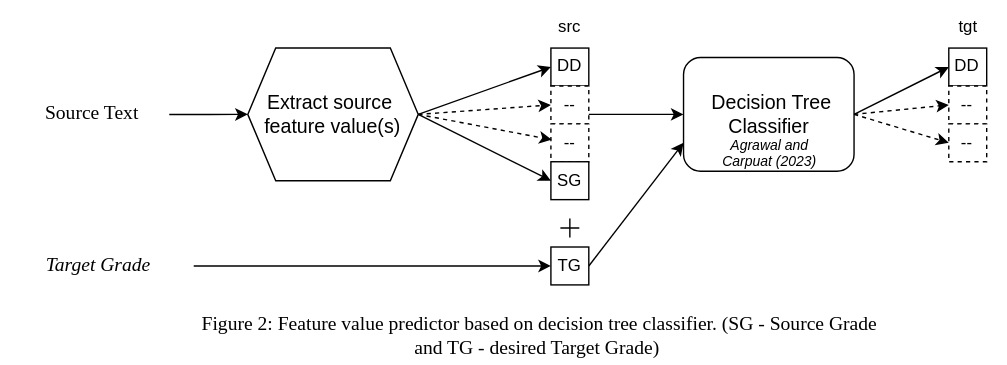
The draw.io diagram static/images/ctgthroughiclwithfeedbacks/fvp.svg in coli-saar/coli-saar.github.io, before a commit. Source tidied: cells renumbered, new cells last; positions are measured from the earlier drawing's top-left corner, leaving out a move shared by most shapes. Source of this version:
```xml
<mxGraphModel>
  <root>
    <mxCell id="0" />
    <mxCell id="1" parent="0" />
    <mxCell id="2" style="group;" parent="1" vertex="1">
      <mxGeometry width="718.1" height="210" as="geometry" />
    </mxCell>
    <mxCell id="3" style="edgeStyle=orthogonalEdgeStyle;rounded=0;jettySize=auto;html=1;entryX=0;entryY=0.5;entryDx=0;entryDy=0;" parent="2" edge="1" source="4" target="6">
      <mxGeometry relative="1" as="geometry" />
    </mxCell>
    <mxCell id="4" value="&lt;span style=&quot;font-family: Verdana;&quot;&gt;&lt;font style=&quot;font-size: 14px;&quot;&gt;Source Text&lt;/font&gt;&lt;/span&gt;" style="text;html=1;align=center;verticalAlign=middle;whiteSpace=wrap;rounded=0;" parent="2" vertex="1">
      <mxGeometry x="10" y="61" width="110" height="40.6" as="geometry" />
    </mxCell>
    <mxCell id="5" value="&lt;font style=&quot;font-size: 14px;&quot;&gt;&amp;nbsp;Decision Tree Classifier&lt;/font&gt;" style="rounded=1;whiteSpace=wrap;html=1;" parent="2" vertex="1">
      <mxGeometry x="487.7" y="40.6" width="121.9" height="81.3" as="geometry" />
    </mxCell>
    <mxCell id="6" value="&lt;font style=&quot;font-size: 14px;&quot;&gt;Extract source&amp;nbsp;&lt;/font&gt;&lt;div style=&quot;font-size: 14px;&quot;&gt;&lt;font style=&quot;font-size: 14px;&quot;&gt;feature value(s)&lt;/font&gt;&lt;/div&gt;" style="shape=hexagon;perimeter=hexagonPerimeter2;whiteSpace=wrap;html=1;fixedSize=1;" parent="2" vertex="1">
      <mxGeometry x="176.1" y="33.9" width="121.9" height="94.8" as="geometry" />
    </mxCell>
    <mxCell id="7" style="group;dashed=1;" parent="2" vertex="1">
      <mxGeometry x="677.4" y="33.9" width="27.1" height="108.4" as="geometry" />
    </mxCell>
    <mxCell id="8" value="DD" style="rounded=0;whiteSpace=wrap;html=1;" parent="7" vertex="1">
      <mxGeometry width="27.1" height="27.1" as="geometry" />
    </mxCell>
    <mxCell id="9" value="--" style="rounded=0;whiteSpace=wrap;html=1;dashed=1;" parent="7" vertex="1">
      <mxGeometry y="27.1" width="27.1" height="27.1" as="geometry" />
    </mxCell>
    <mxCell id="10" value="--" style="rounded=0;whiteSpace=wrap;html=1;dashed=1;" parent="7" vertex="1">
      <mxGeometry y="54.2" width="27.1" height="27.1" as="geometry" />
    </mxCell>
    <mxCell id="11" value="&lt;div style=&quot;font-size: 10px;&quot;&gt;&lt;font style=&quot;font-size: 10px;&quot;&gt;&lt;i style=&quot;&quot;&gt;Agrawal and&lt;/i&gt;&lt;/font&gt;&lt;/div&gt;&lt;div style=&quot;font-size: 10px;&quot;&gt;&lt;font style=&quot;font-size: 10px;&quot;&gt;&lt;i style=&quot;&quot;&gt;Carpuat (2023)&lt;/i&gt;&lt;/font&gt;&lt;/div&gt;" style="text;html=1;align=center;verticalAlign=middle;strokeColor=none;fillColor=none;" parent="2" vertex="1">
      <mxGeometry x="503.7" y="88.7" width="90" height="40" as="geometry" />
    </mxCell>
    <mxCell id="12" style="group;" parent="2" vertex="1">
      <mxGeometry x="392.9" y="33.9" width="27.1" height="108.4" as="geometry" />
    </mxCell>
    <mxCell id="13" value="&lt;font style=&quot;font-size: 12px;&quot;&gt;DD&lt;/font&gt;" style="rounded=0;whiteSpace=wrap;html=1;" parent="12" vertex="1">
      <mxGeometry width="27.1" height="27.1" as="geometry" />
    </mxCell>
    <mxCell id="14" value="--" style="rounded=0;whiteSpace=wrap;html=1;dashed=1;" parent="12" vertex="1">
      <mxGeometry y="27.1" width="27.1" height="27.1" as="geometry" />
    </mxCell>
    <mxCell id="15" value="--" style="rounded=0;whiteSpace=wrap;html=1;dashed=1;" parent="12" vertex="1">
      <mxGeometry y="54.2" width="27.1" height="27.1" as="geometry" />
    </mxCell>
    <mxCell id="16" value="SG" style="rounded=0;whiteSpace=wrap;html=1;" parent="12" vertex="1">
      <mxGeometry y="81.3" width="27.1" height="27.1" as="geometry" />
    </mxCell>
    <mxCell id="17" value="&lt;span style=&quot;text-wrap: wrap;&quot;&gt;src&lt;/span&gt;" style="text;html=1;align=center;verticalAlign=middle;strokeColor=none;fillColor=none;" parent="2" vertex="1">
      <mxGeometry x="386.4" y="3.9" width="40" height="30" as="geometry" />
    </mxCell>
    <mxCell id="18" style="edgeStyle=orthogonalEdgeStyle;rounded=0;jettySize=auto;html=1;entryX=0;entryY=0.5;entryDx=0;entryDy=0;exitX=1;exitY=0.75;exitDx=0;exitDy=0;" parent="2" edge="1" source="14" target="5">
      <mxGeometry relative="1" as="geometry" />
    </mxCell>
    <mxCell id="19" style="endArrow=classic;html=1;rounded=0;exitX=1;exitY=0.5;exitDx=0;exitDy=0;entryX=0;entryY=0.5;entryDx=0;entryDy=0;" parent="2" edge="1" source="6" target="13">
      <mxGeometry relative="1" as="geometry" />
    </mxCell>
    <mxCell id="20" style="endArrow=classic;html=1;rounded=0;exitX=1;exitY=0.5;exitDx=0;exitDy=0;entryX=0;entryY=0.5;entryDx=0;entryDy=0;dashed=1;" parent="2" edge="1" source="6" target="14">
      <mxGeometry relative="1" as="geometry" />
    </mxCell>
    <mxCell id="21" style="endArrow=classic;html=1;rounded=0;exitX=1;exitY=0.5;exitDx=0;exitDy=0;entryX=0.024;entryY=0.419;entryDx=0;entryDy=0;entryPerimeter=0;dashed=1;" parent="2" edge="1" source="6" target="15">
      <mxGeometry relative="1" as="geometry" />
    </mxCell>
    <mxCell id="22" style="endArrow=classic;html=1;rounded=0;exitX=1;exitY=0.5;exitDx=0;exitDy=0;" parent="2" edge="1" source="6">
      <mxGeometry relative="1" as="geometry">
        <mxPoint x="392.9" y="128.7" as="targetPoint" />
      </mxGeometry>
    </mxCell>
    <mxCell id="23" style="endArrow=classic;html=1;rounded=0;exitX=1;exitY=0.5;exitDx=0;exitDy=0;entryX=0;entryY=0.5;entryDx=0;entryDy=0;" parent="2" edge="1" source="5" target="8">
      <mxGeometry relative="1" as="geometry" />
    </mxCell>
    <mxCell id="24" style="endArrow=classic;html=1;rounded=0;entryX=0;entryY=0.5;entryDx=0;entryDy=0;exitX=1;exitY=0.5;exitDx=0;exitDy=0;dashed=1;" parent="2" edge="1" source="5" target="9">
      <mxGeometry relative="1" as="geometry" />
    </mxCell>
    <mxCell id="25" style="endArrow=classic;html=1;rounded=0;entryX=0;entryY=0.5;entryDx=0;entryDy=0;exitX=1;exitY=0.5;exitDx=0;exitDy=0;dashed=1;" parent="2" edge="1" source="5" target="10">
      <mxGeometry relative="1" as="geometry" />
    </mxCell>
    <mxCell id="26" style="shape=cross;whiteSpace=wrap;html=1;size=0;" parent="2" vertex="1">
      <mxGeometry x="399.7" y="155.8" width="13.5" height="13.5" as="geometry" />
    </mxCell>
    <mxCell id="27" style="edgeStyle=orthogonalEdgeStyle;rounded=0;jettySize=auto;html=1;" parent="2" edge="1" source="28">
      <mxGeometry relative="1" as="geometry">
        <mxPoint x="392.9" y="189.7" as="targetPoint" />
      </mxGeometry>
    </mxCell>
    <mxCell id="28" value="&lt;i style=&quot;font-family: Verdana; font-size: 14px;&quot;&gt;Target Grade&lt;/i&gt;" style="text;html=1;align=center;verticalAlign=middle;whiteSpace=wrap;rounded=0;" parent="2" vertex="1">
      <mxGeometry x="2" y="169.4" width="135.5" height="40.6" as="geometry" />
    </mxCell>
    <mxCell id="29" style="endArrow=classic;html=1;rounded=0;entryX=0;entryY=0.75;entryDx=0;entryDy=0;" parent="2" edge="1" target="5">
      <mxGeometry relative="1" as="geometry">
        <mxPoint x="420" y="189.7" as="sourcePoint" />
      </mxGeometry>
    </mxCell>
    <mxCell id="30" value="TG" style="rounded=0;whiteSpace=wrap;html=1;" parent="2" vertex="1">
      <mxGeometry x="392.9" y="176.1" width="27.1" height="27.1" as="geometry" />
    </mxCell>
    <mxCell id="31" value="&lt;span style=&quot;text-wrap: wrap;&quot;&gt;tgt&lt;/span&gt;" style="text;html=1;align=center;verticalAlign=middle;strokeColor=none;fillColor=none;" parent="2" vertex="1">
      <mxGeometry x="671" y="3.9" width="40" height="30" as="geometry" />
    </mxCell>
    <mxCell id="32" value="&lt;span style=&quot;font-family: Verdana;&quot;&gt;&lt;font style=&quot;font-size: 14px;&quot;&gt;Figure 2: Feature value predictor based on decision tree classifier. (SG - Source Grade and TG - desired Target Grade)&amp;nbsp;&lt;/font&gt;&lt;/span&gt;" style="text;html=1;align=center;verticalAlign=middle;whiteSpace=wrap;rounded=0;" parent="1" vertex="1">
      <mxGeometry x="140" y="220" width="490" height="40.6" as="geometry" />
    </mxCell>
  </root>
</mxGraphModel>
```
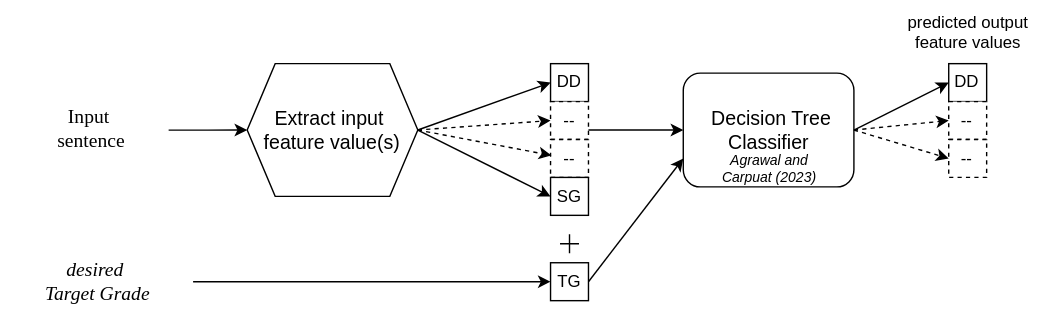
Later version of the same file.

Diff of the diagram source:
```diff
@@ -3,18 +3,18 @@
     <mxCell id="0" />
     <mxCell id="1" parent="0" />
     <mxCell id="2" style="group;" parent="1" vertex="1">
-      <mxGeometry width="718.1" height="210" as="geometry" />
+      <mxGeometry width="746" height="210" as="geometry" />
     </mxCell>
     <mxCell id="3" style="edgeStyle=orthogonalEdgeStyle;rounded=0;jettySize=auto;html=1;entryX=0;entryY=0.5;entryDx=0;entryDy=0;" parent="2" edge="1" source="4" target="6">
       <mxGeometry relative="1" as="geometry" />
     </mxCell>
-    <mxCell id="4" value="&lt;span style=&quot;font-family: Verdana;&quot;&gt;&lt;font style=&quot;font-size: 14px;&quot;&gt;Source Text&lt;/font&gt;&lt;/span&gt;" style="text;html=1;align=center;verticalAlign=middle;whiteSpace=wrap;rounded=0;" parent="2" vertex="1">
+    <mxCell id="4" value="&lt;span style=&quot;font-family: Verdana; font-size: 14px;&quot;&gt;Input&amp;nbsp;&lt;/span&gt;&lt;div&gt;&lt;span style=&quot;font-family: Verdana; font-size: 14px;&quot;&gt;sentence&lt;/span&gt;&lt;/div&gt;" style="text;html=1;align=center;verticalAlign=middle;whiteSpace=wrap;rounded=0;" parent="2" vertex="1">
       <mxGeometry x="10" y="61" width="110" height="40.6" as="geometry" />
     </mxCell>
     <mxCell id="5" value="&lt;font style=&quot;font-size: 14px;&quot;&gt;&amp;nbsp;Decision Tree Classifier&lt;/font&gt;" style="rounded=1;whiteSpace=wrap;html=1;" parent="2" vertex="1">
       <mxGeometry x="487.7" y="40.6" width="121.9" height="81.3" as="geometry" />
     </mxCell>
-    <mxCell id="6" value="&lt;font style=&quot;font-size: 14px;&quot;&gt;Extract source&amp;nbsp;&lt;/font&gt;&lt;div style=&quot;font-size: 14px;&quot;&gt;&lt;font style=&quot;font-size: 14px;&quot;&gt;feature value(s)&lt;/font&gt;&lt;/div&gt;" style="shape=hexagon;perimeter=hexagonPerimeter2;whiteSpace=wrap;html=1;fixedSize=1;" parent="2" vertex="1">
+    <mxCell id="6" value="&lt;font style=&quot;font-size: 14px;&quot;&gt;Extract input&amp;nbsp;&lt;/font&gt;&lt;div style=&quot;font-size: 14px;&quot;&gt;&lt;font style=&quot;font-size: 14px;&quot;&gt;feature value(s)&lt;/font&gt;&lt;/div&gt;" style="shape=hexagon;perimeter=hexagonPerimeter2;whiteSpace=wrap;html=1;fixedSize=1;" parent="2" vertex="1">
       <mxGeometry x="176.1" y="33.9" width="121.9" height="94.8" as="geometry" />
     </mxCell>
     <mxCell id="7" style="group;dashed=1;" parent="2" vertex="1">
@@ -47,59 +47,53 @@
     <mxCell id="16" value="SG" style="rounded=0;whiteSpace=wrap;html=1;" parent="12" vertex="1">
       <mxGeometry y="81.3" width="27.1" height="27.1" as="geometry" />
     </mxCell>
-    <mxCell id="17" value="&lt;span style=&quot;text-wrap: wrap;&quot;&gt;src&lt;/span&gt;" style="text;html=1;align=center;verticalAlign=middle;strokeColor=none;fillColor=none;" parent="2" vertex="1">
-      <mxGeometry x="386.4" y="3.9" width="40" height="30" as="geometry" />
+    <mxCell id="17" style="edgeStyle=orthogonalEdgeStyle;rounded=0;jettySize=auto;html=1;entryX=0;entryY=0.5;entryDx=0;entryDy=0;exitX=1;exitY=0.75;exitDx=0;exitDy=0;" parent="2" edge="1" source="14" target="5">
+      <mxGeometry relative="1" as="geometry" />
     </mxCell>
-    <mxCell id="18" style="edgeStyle=orthogonalEdgeStyle;rounded=0;jettySize=auto;html=1;entryX=0;entryY=0.5;entryDx=0;entryDy=0;exitX=1;exitY=0.75;exitDx=0;exitDy=0;" parent="2" edge="1" source="14" target="5">
+    <mxCell id="18" style="endArrow=classic;html=1;rounded=0;exitX=1;exitY=0.5;exitDx=0;exitDy=0;entryX=0;entryY=0.5;entryDx=0;entryDy=0;" parent="2" edge="1" source="6" target="13">
       <mxGeometry relative="1" as="geometry" />
     </mxCell>
-    <mxCell id="19" style="endArrow=classic;html=1;rounded=0;exitX=1;exitY=0.5;exitDx=0;exitDy=0;entryX=0;entryY=0.5;entryDx=0;entryDy=0;" parent="2" edge="1" source="6" target="13">
+    <mxCell id="19" style="endArrow=classic;html=1;rounded=0;exitX=1;exitY=0.5;exitDx=0;exitDy=0;entryX=0;entryY=0.5;entryDx=0;entryDy=0;dashed=1;" parent="2" edge="1" source="6" target="14">
       <mxGeometry relative="1" as="geometry" />
     </mxCell>
-    <mxCell id="20" style="endArrow=classic;html=1;rounded=0;exitX=1;exitY=0.5;exitDx=0;exitDy=0;entryX=0;entryY=0.5;entryDx=0;entryDy=0;dashed=1;" parent="2" edge="1" source="6" target="14">
+    <mxCell id="20" style="endArrow=classic;html=1;rounded=0;exitX=1;exitY=0.5;exitDx=0;exitDy=0;entryX=0.024;entryY=0.419;entryDx=0;entryDy=0;entryPerimeter=0;dashed=1;" parent="2" edge="1" source="6" target="15">
       <mxGeometry relative="1" as="geometry" />
     </mxCell>
-    <mxCell id="21" style="endArrow=classic;html=1;rounded=0;exitX=1;exitY=0.5;exitDx=0;exitDy=0;entryX=0.024;entryY=0.419;entryDx=0;entryDy=0;entryPerimeter=0;dashed=1;" parent="2" edge="1" source="6" target="15">
-      <mxGeometry relative="1" as="geometry" />
+    <mxCell id="21" style="endArrow=classic;html=1;rounded=0;exitX=1;exitY=0.5;exitDx=0;exitDy=0;" parent="2" edge="1" source="6">
+      <mxGeometry relative="1" as="geometry">
+        <mxPoint x="392.9" y="128.7" as="targetPoint" />
+      </mxGeometry>
     </mxCell>
-    <mxCell id="22" style="endArrow=classic;html=1;rounded=0;exitX=1;exitY=0.5;exitDx=0;exitDy=0;" parent="2" edge="1" source="6">
-      <mxGeometry relative="1" as="geometry">
-        <mxPoint x="392.9" y="128.7" as="targetPoint" />
-      </mxGeometry>
+    <mxCell id="22" style="endArrow=classic;html=1;rounded=0;exitX=1;exitY=0.5;exitDx=0;exitDy=0;entryX=0;entryY=0.5;entryDx=0;entryDy=0;" parent="2" edge="1" source="5" target="8">
+      <mxGeometry relative="1" as="geometry" />
     </mxCell>
-    <mxCell id="23" style="endArrow=classic;html=1;rounded=0;exitX=1;exitY=0.5;exitDx=0;exitDy=0;entryX=0;entryY=0.5;entryDx=0;entryDy=0;" parent="2" edge="1" source="5" target="8">
+    <mxCell id="23" style="endArrow=classic;html=1;rounded=0;entryX=0;entryY=0.5;entryDx=0;entryDy=0;exitX=1;exitY=0.5;exitDx=0;exitDy=0;dashed=1;" parent="2" edge="1" source="5" target="9">
       <mxGeometry relative="1" as="geometry" />
     </mxCell>
-    <mxCell id="24" style="endArrow=classic;html=1;rounded=0;entryX=0;entryY=0.5;entryDx=0;entryDy=0;exitX=1;exitY=0.5;exitDx=0;exitDy=0;dashed=1;" parent="2" edge="1" source="5" target="9">
+    <mxCell id="24" style="endArrow=classic;html=1;rounded=0;entryX=0;entryY=0.5;entryDx=0;entryDy=0;exitX=1;exitY=0.5;exitDx=0;exitDy=0;dashed=1;" parent="2" edge="1" source="5" target="10">
       <mxGeometry relative="1" as="geometry" />
     </mxCell>
-    <mxCell id="25" style="endArrow=classic;html=1;rounded=0;entryX=0;entryY=0.5;entryDx=0;entryDy=0;exitX=1;exitY=0.5;exitDx=0;exitDy=0;dashed=1;" parent="2" edge="1" source="5" target="10">
-      <mxGeometry relative="1" as="geometry" />
+    <mxCell id="25" style="shape=cross;whiteSpace=wrap;html=1;size=0;" parent="2" vertex="1">
+      <mxGeometry x="399.7" y="155.8" width="13.5" height="13.5" as="geometry" />
     </mxCell>
-    <mxCell id="26" style="shape=cross;whiteSpace=wrap;html=1;size=0;" parent="2" vertex="1">
-      <mxGeometry x="399.7" y="155.8" width="13.5" height="13.5" as="geometry" />
+    <mxCell id="26" style="edgeStyle=orthogonalEdgeStyle;rounded=0;jettySize=auto;html=1;" parent="2" edge="1" source="27">
+      <mxGeometry relative="1" as="geometry">
+        <mxPoint x="392.9" y="189.7" as="targetPoint" />
+      </mxGeometry>
     </mxCell>
-    <mxCell id="27" style="edgeStyle=orthogonalEdgeStyle;rounded=0;jettySize=auto;html=1;" parent="2" edge="1" source="28">
-      <mxGeometry relative="1" as="geometry">
-        <mxPoint x="392.9" y="189.7" as="targetPoint" />
-      </mxGeometry>
+    <mxCell id="27" value="&lt;i style=&quot;font-family: Verdana; font-size: 14px;&quot;&gt;desired&amp;nbsp;&lt;/i&gt;&lt;div&gt;&lt;i style=&quot;font-family: Verdana; font-size: 14px;&quot;&gt;Target Grade&lt;/i&gt;&lt;/div&gt;" style="text;html=1;align=center;verticalAlign=middle;whiteSpace=wrap;rounded=0;" parent="2" vertex="1">
+      <mxGeometry x="2" y="169.4" width="135.5" height="40.6" as="geometry" />
     </mxCell>
-    <mxCell id="28" value="&lt;i style=&quot;font-family: Verdana; font-size: 14px;&quot;&gt;Target Grade&lt;/i&gt;" style="text;html=1;align=center;verticalAlign=middle;whiteSpace=wrap;rounded=0;" parent="2" vertex="1">
-      <mxGeometry x="2" y="169.4" width="135.5" height="40.6" as="geometry" />
+    <mxCell id="28" style="endArrow=classic;html=1;rounded=0;entryX=0;entryY=0.75;entryDx=0;entryDy=0;" parent="2" edge="1" target="5">
+      <mxGeometry relative="1" as="geometry">
+        <mxPoint x="420" y="189.7" as="sourcePoint" />
+      </mxGeometry>
     </mxCell>
-    <mxCell id="29" style="endArrow=classic;html=1;rounded=0;entryX=0;entryY=0.75;entryDx=0;entryDy=0;" parent="2" edge="1" target="5">
-      <mxGeometry relative="1" as="geometry">
-        <mxPoint x="420" y="189.7" as="sourcePoint" />
-      </mxGeometry>
+    <mxCell id="29" value="TG" style="rounded=0;whiteSpace=wrap;html=1;" parent="2" vertex="1">
+      <mxGeometry x="392.9" y="176.1" width="27.1" height="27.1" as="geometry" />
     </mxCell>
-    <mxCell id="30" value="TG" style="rounded=0;whiteSpace=wrap;html=1;" parent="2" vertex="1">
-      <mxGeometry x="392.9" y="176.1" width="27.1" height="27.1" as="geometry" />
+    <mxCell id="30" value="&lt;span style=&quot;text-wrap: wrap;&quot;&gt;predicted&amp;nbsp;&lt;/span&gt;&lt;span style=&quot;text-wrap: wrap; background-color: initial;&quot;&gt;output&lt;/span&gt;&lt;div&gt;&lt;span style=&quot;text-wrap: wrap;&quot;&gt;feature values&lt;/span&gt;&lt;/div&gt;&lt;div&gt;&lt;span style=&quot;text-wrap: wrap;&quot;&gt;&lt;br&gt;&lt;/span&gt;&lt;/div&gt;" style="text;html=1;align=center;verticalAlign=middle;strokeColor=none;fillColor=none;" parent="2" vertex="1">
+      <mxGeometry x="636" y="-11.1" width="110" height="60" as="geometry" />
     </mxCell>
-    <mxCell id="31" value="&lt;span style=&quot;text-wrap: wrap;&quot;&gt;tgt&lt;/span&gt;" style="text;html=1;align=center;verticalAlign=middle;strokeColor=none;fillColor=none;" parent="2" vertex="1">
-      <mxGeometry x="671" y="3.9" width="40" height="30" as="geometry" />
-    </mxCell>
-    <mxCell id="32" value="&lt;span style=&quot;font-family: Verdana;&quot;&gt;&lt;font style=&quot;font-size: 14px;&quot;&gt;Figure 2: Feature value predictor based on decision tree classifier. (SG - Source Grade and TG - desired Target Grade)&amp;nbsp;&lt;/font&gt;&lt;/span&gt;" style="text;html=1;align=center;verticalAlign=middle;whiteSpace=wrap;rounded=0;" parent="1" vertex="1">
-      <mxGeometry x="140" y="220" width="490" height="40.6" as="geometry" />
-    </mxCell>
   </root>
 </mxGraphModel>
```
